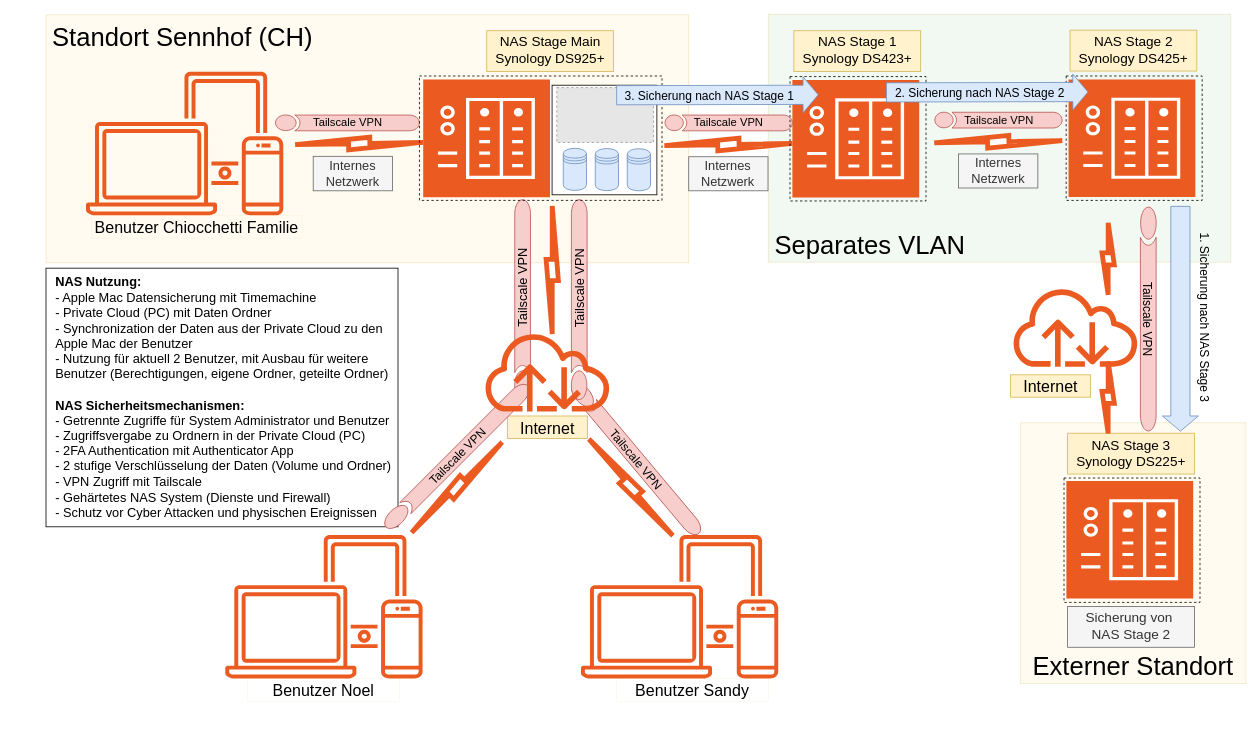
noelchiocchetti/SmarterTec keeps this draw.io diagram as Data Management Sennhof.drawio. Above is the earlier version. Source tidied: cells renumbered, new cells numbered last; positions are measured from the earlier drawing's top-left corner, leaving out a move shared by most shapes. Both pictures are drawn from the tidied source at 80%, with x=0, y=0 at pixel (46, 14). Pictures stored in the file or linked from it are replaced by grey dashed boxes.
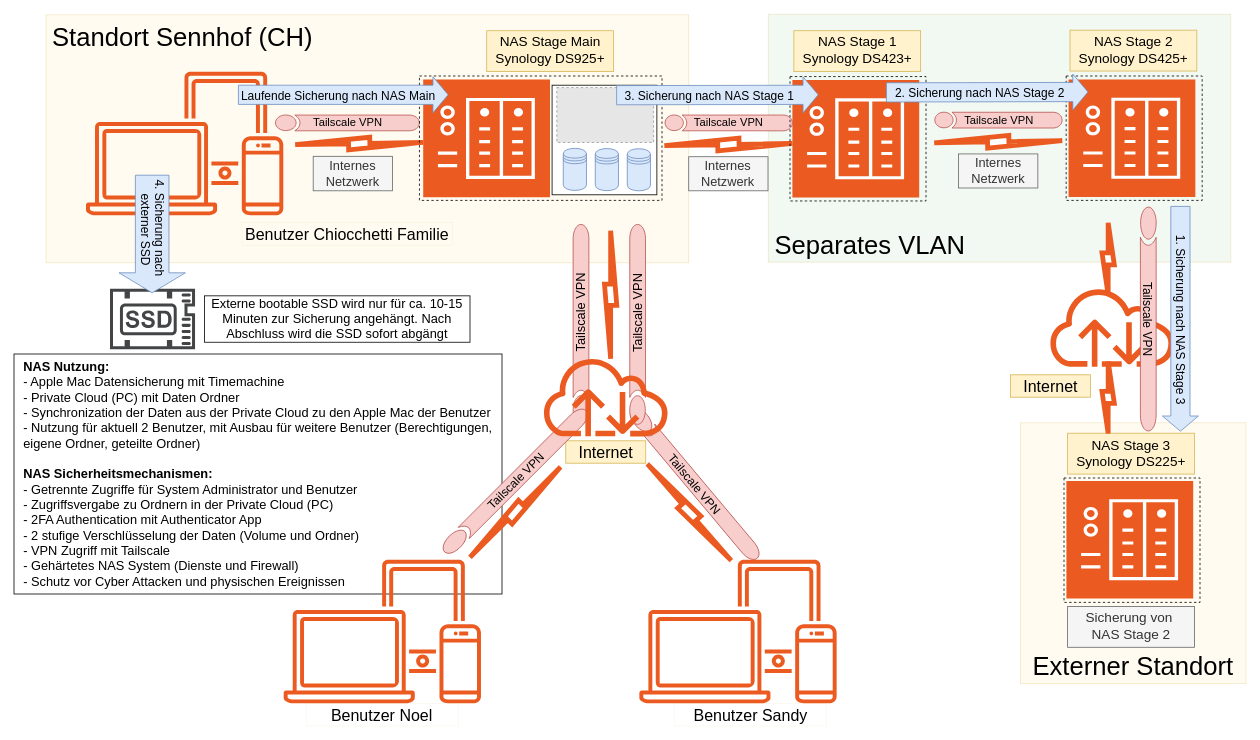
The same page after the edit.

Unchanged cells that the change refers to:
```xml
<mxCell id="40" style="shape=flexArrow;endArrow=classic;html=1;rounded=0;width=24;labelPosition=center;verticalLabelPosition=middle;align=right;verticalAlign=middle;fillColor=#dae8fc;strokeColor=#6c8ebf;" parent="1" edge="1">
  <mxGeometry relative="1" as="geometry">
    <mxPoint x="1418" y="240" as="sourcePoint" />
    <mxPoint x="1418" y="522" as="targetPoint" />
  </mxGeometry>
</mxCell>
```

The edit, as a diff of the source:
```diff
@@
+    <mxCell id="31" style="sketch=0;fontColor=#232F3E;gradientColor=none;fillColor=#EB5B21;strokeColor=none;dashed=0;verticalLabelPosition=bottom;verticalAlign=top;align=center;html=1;fontSize=12;fontStyle=0;shape=mxgraph.aws4.internet;" parent="1" vertex="1">
+      <mxGeometry x="1251.5" y="341" width="162.5" height="100" as="geometry" />
+    </mxCell>
+    <mxCell id="39" value="&lt;div&gt;&lt;div&gt;&lt;b&gt;NAS Nutzung:&lt;/b&gt;&lt;/div&gt;&lt;div&gt;- Apple Mac Datensicherung mit Timemachine&lt;/div&gt;&lt;div&gt;- Private Cloud (PC) mit Daten Ordner&lt;/div&gt;&lt;div&gt;- Synchronization der Daten aus der&amp;nbsp;Private Cloud&amp;nbsp;zu den Apple Mac der Benutzer&amp;nbsp;&lt;/div&gt;&lt;div&gt;- Nutzung für aktuell 2 Benutzer, mit Ausbau für weitere Benutzer (Berechtigungen, eigene Ordner, geteilte Ordner)&lt;/div&gt;&lt;br&gt;&lt;/div&gt;&lt;div&gt;&lt;b&gt;NAS Sicherheitsmechanismen:&lt;/b&gt;&lt;/div&gt;&lt;div&gt;- Getrennte Zugriffe für System Administrator und Benutzer&lt;/div&gt;&lt;div&gt;- Zugriffsvergabe zu Ordnern in der Private Cloud (PC)&lt;/div&gt;&lt;div&gt;- 2FA Authentication mit Authenticator App&lt;/div&gt;&lt;div&gt;- 2 stufige Verschlüsselung der Daten (Volume und Ordner)&lt;/div&gt;&lt;div&gt;- VPN Zugriff mit Tailscale&lt;/div&gt;&lt;div&gt;- Gehärtetes NAS System (Dienste und Firewall)&lt;/div&gt;&lt;div&gt;- Schutz vor Cyber Attacken und physischen Ereignissen&lt;/div&gt;" style="rounded=0;whiteSpace=wrap;html=1;fontSize=16;align=left;spacingLeft=10;spacingRight=2;" parent="1" vertex="1">
+      <mxGeometry x="-40" y="425" width="610" height="300" as="geometry" />
+    </mxCell>
@@
     <mxCell id="3" value="Tailscale VPN" style="sketch=0;shadow=0;dashed=0;html=1;strokeColor=#b85450;labelPosition=center;verticalLabelPosition=middle;verticalAlign=middle;align=center;fillColor=#f8cecc;shape=mxgraph.mscae.general.tunnel;rotation=50;fontSize=15;" parent="1" vertex="1">
-      <mxGeometry x="616" y="546" width="243.6" height="20" as="geometry" />
+      <mxGeometry x="689" y="577" width="243.6" height="20" as="geometry" />
     </mxCell>
@@
     <mxCell id="12" style="sketch=0;gradientColor=none;fontColor=#545B64;strokeColor=none;fillColor=#EB5B21;dashed=0;verticalLabelPosition=bottom;verticalAlign=top;align=center;html=1;fontSize=12;fontStyle=0;shape=mxgraph.aws4.illustration_devices;" parent="1" vertex="1">
-      <mxGeometry x="224.1" y="651" width="246.6" height="180" as="geometry" />
+      <mxGeometry x="297.1" y="682" width="246.6" height="180" as="geometry" />
     </mxCell>
     <mxCell id="13" style="html=1;verticalLabelPosition=bottom;align=center;labelBackgroundColor=#ffffff;verticalAlign=top;strokeWidth=6;strokeColor=#EB5B21;shadow=0;dashed=0;shape=mxgraph.ios7.icons.flash;rotation=90;" parent="1" vertex="1">
-      <mxGeometry x="552.8" y="312.3" width="160" height="15.4" as="geometry" />
+      <mxGeometry x="625.8" y="343.3" width="160" height="15.4" as="geometry" />
     </mxCell>
@@
     <mxCell id="16" style="html=1;verticalLabelPosition=bottom;align=center;labelBackgroundColor=#ffffff;verticalAlign=top;strokeWidth=6;strokeColor=#EB5B21;shadow=0;dashed=0;shape=mxgraph.ios7.icons.flash;rotation=-225;" parent="1" vertex="1">
-      <mxGeometry x="433.6" y="584" width="160" height="15.4" as="geometry" />
+      <mxGeometry x="506.6" y="615" width="160" height="15.4" as="geometry" />
     </mxCell>
     <mxCell id="17" style="sketch=0;gradientColor=none;fontColor=#545B64;strokeColor=none;fillColor=#EB5B21;dashed=0;verticalLabelPosition=bottom;verticalAlign=top;align=center;html=1;fontSize=12;fontStyle=0;shape=mxgraph.aws4.illustration_devices;" parent="1" vertex="1">
-      <mxGeometry x="668.7" y="651" width="246.6" height="180" as="geometry" />
+      <mxGeometry x="741.7" y="682" width="246.6" height="180" as="geometry" />
     </mxCell>
     <mxCell id="18" value="Benutzer Chiocchetti Familie" style="whiteSpace=wrap;html=1;fillColor=none;strokeColor=#d6b656;fontSize=20;strokeWidth=0;" parent="1" vertex="1">
-      <mxGeometry x="56.6" y="252" width="263.4" height="28" as="geometry" />
+      <mxGeometry x="245" y="261" width="263.4" height="28" as="geometry" />
     </mxCell>
     <mxCell id="19" value="Benutzer Noel" style="whiteSpace=wrap;html=1;fillColor=none;strokeColor=#d6b656;fontSize=20;strokeWidth=0;" parent="1" vertex="1">
-      <mxGeometry x="252.3" y="831" width="190" height="28" as="geometry" />
+      <mxGeometry x="325.3" y="862" width="190" height="28" as="geometry" />
     </mxCell>
     <mxCell id="20" value="Benutzer Sandy" style="whiteSpace=wrap;html=1;fillColor=none;strokeColor=#d6b656;fontSize=20;strokeWidth=0;" parent="1" vertex="1">
-      <mxGeometry x="712.8" y="831" width="190" height="28" as="geometry" />
+      <mxGeometry x="785.8" y="862" width="190" height="28" as="geometry" />
     </mxCell>
     <mxCell id="21" style="html=1;verticalLabelPosition=bottom;align=center;labelBackgroundColor=#ffffff;verticalAlign=top;strokeWidth=6;strokeColor=#EB5B21;shadow=0;dashed=0;shape=mxgraph.ios7.icons.flash;rotation=49;" parent="1" vertex="1">
-      <mxGeometry x="651.1" y="584" width="160" height="15.4" as="geometry" />
+      <mxGeometry x="724.1" y="615" width="160" height="15.4" as="geometry" />
     </mxCell>
     <mxCell id="22" value="Tailscale VPN" style="sketch=0;shadow=0;dashed=0;html=1;strokeColor=#b85450;labelPosition=center;verticalLabelPosition=middle;verticalAlign=middle;align=right;fillColor=#f8cecc;shape=mxgraph.mscae.general.tunnel;rotation=-90;fontSize=16;spacingLeft=0;spacingBottom=0;spacingRight=60;" parent="1" vertex="1">
-      <mxGeometry x="541.4" y="347" width="250" height="20" as="geometry" />
+      <mxGeometry x="614.4" y="378" width="250" height="20" as="geometry" />
     </mxCell>
@@
     <mxCell id="25" value="Tailscale VPN" style="sketch=0;shadow=0;dashed=0;html=1;strokeColor=#b85450;labelPosition=center;verticalLabelPosition=middle;verticalAlign=middle;align=right;fillColor=#f8cecc;shape=mxgraph.mscae.general.tunnel;rotation=-90;fontSize=16;spacingRight=60;" parent="1" vertex="1">
-      <mxGeometry x="470.6" y="347" width="250" height="20" as="geometry" />
+      <mxGeometry x="543.6" y="378" width="250" height="20" as="geometry" />
     </mxCell>
@@
-    <mxCell id="31" style="sketch=0;fontColor=#232F3E;gradientColor=none;fillColor=#EB5B21;strokeColor=none;dashed=0;verticalLabelPosition=bottom;verticalAlign=top;align=center;html=1;fontSize=12;fontStyle=0;shape=mxgraph.aws4.internet;" parent="1" vertex="1">
-      <mxGeometry x="1205.5" y="341" width="162.5" height="100" as="geometry" />
-    </mxCell>
@@
     <mxCell id="35" value="Internet" style="whiteSpace=wrap;html=1;fillColor=#fff2cc;strokeColor=#d6b656;fontSize=20;" parent="1" vertex="1">
-      <mxGeometry x="576.7" y="502.5" width="100" height="28" as="geometry" />
+      <mxGeometry x="649.7" y="533.5" width="100" height="28" as="geometry" />
     </mxCell>
@@
-    <mxCell id="39" value="&lt;div&gt;&lt;div&gt;&lt;b&gt;NAS Nutzung:&lt;/b&gt;&lt;/div&gt;&lt;div&gt;- Apple Mac Datensicherung mit Timemachine&lt;/div&gt;&lt;div&gt;- Private Cloud (PC) mit Daten Ordner&lt;/div&gt;&lt;div&gt;- Synchronization der Daten aus der&amp;nbsp;Private Cloud&amp;nbsp;zu den Apple Mac der Benutzer&amp;nbsp;&lt;/div&gt;&lt;div&gt;- Nutzung für aktuell 2 Benutzer, mit Ausbau für weitere Benutzer (Berechtigungen, eigene Ordner, geteilte Ordner)&lt;/div&gt;&lt;br&gt;&lt;/div&gt;&lt;div&gt;&lt;b&gt;NAS Sicherheitsmechanismen:&lt;/b&gt;&lt;/div&gt;&lt;div&gt;- Getrennte Zugriffe für System Administrator und Benutzer&lt;/div&gt;&lt;div&gt;- Zugriffsvergabe zu Ordnern in der Private Cloud (PC)&lt;/div&gt;&lt;div&gt;- 2FA Authentication mit Authenticator App&lt;/div&gt;&lt;div&gt;- 2 stufige Verschlüsselung der Daten (Volume und Ordner)&lt;/div&gt;&lt;div&gt;- VPN Zugriff mit Tailscale&lt;/div&gt;&lt;div&gt;- Gehärtetes NAS System (Dienste und Firewall)&lt;/div&gt;&lt;div&gt;- Schutz vor Cyber Attacken und physischen Ereignissen&lt;/div&gt;" style="rounded=0;whiteSpace=wrap;html=1;fontSize=16;align=left;spacingLeft=10;spacingRight=2;" parent="1" vertex="1">
-      <mxGeometry y="317.7" width="440" height="323.3" as="geometry" />
-    </mxCell>
@@
     <mxCell id="41" value="1. Sicherung nach NAS Stage 3" style="edgeLabel;html=1;align=center;verticalAlign=middle;fontSize=15;labelBackgroundColor=none;rotation=90;" parent="40" vertex="1">
       <mxGeometry x="-0.42" y="-1" relative="1" as="geometry">
-        <mxPoint x="33" y="56" as="offset" />
+        <mxPoint x="3" y="59" as="offset" />
       </mxGeometry>
     </mxCell>
     <mxCell id="42" value="Tailscale VPN" style="sketch=0;shadow=0;dashed=0;html=1;strokeColor=#b85450;labelPosition=center;verticalLabelPosition=middle;verticalAlign=middle;align=center;fillColor=#f8cecc;shape=mxgraph.mscae.general.tunnel;rotation=-45;fontSize=15;" parent="1" vertex="1">
-      <mxGeometry x="388.6" y="543" width="250" height="20" as="geometry" />
+      <mxGeometry x="461.6" y="574" width="250" height="20" as="geometry" />
     </mxCell>
     <mxCell id="43" style="sketch=0;fontColor=#232F3E;gradientColor=none;fillColor=#EB5B21;strokeColor=none;dashed=0;verticalLabelPosition=bottom;verticalAlign=top;align=center;html=1;fontSize=12;fontStyle=0;shape=mxgraph.aws4.internet;" parent="1" vertex="1">
-      <mxGeometry x="545.4" y="397" width="162.5" height="100" as="geometry" />
+      <mxGeometry x="618.4" y="428" width="162.5" height="100" as="geometry" />
     </mxCell>
@@
+    <mxCell id="60" style="sketch=0;shadow=0;dashed=0;html=1;strokeColor=none;fillColor=#434445;labelPosition=center;verticalLabelPosition=bottom;verticalAlign=top;align=center;shape=mxgraph.vvd.ssd;" parent="1" vertex="1">
+      <mxGeometry x="80" y="343.5" width="106.3" height="75.5" as="geometry" />
+    </mxCell>
+    <mxCell id="61" style="shape=flexArrow;endArrow=classic;html=1;rounded=0;width=42;labelPosition=center;verticalLabelPosition=middle;align=right;verticalAlign=middle;fillColor=#dae8fc;strokeColor=#6c8ebf;endWidth=40;endSize=8;" parent="1" edge="1">
+      <mxGeometry relative="1" as="geometry">
+        <mxPoint x="132.7" y="201" as="sourcePoint" />
+        <mxPoint x="132.7" y="349" as="targetPoint" />
+      </mxGeometry>
+    </mxCell>
+    <mxCell id="62" value="4. Sicherung nach&amp;nbsp;&lt;br&gt;externer SSD" style="edgeLabel;html=1;align=center;verticalAlign=middle;fontSize=15;labelBackgroundColor=none;rotation=90;" parent="61" vertex="1">
+      <mxGeometry x="-0.42" y="-1" relative="1" as="geometry">
+        <mxPoint x="3" y="25" as="offset" />
+      </mxGeometry>
+    </mxCell>
+    <mxCell id="63" value="Externe bootable SSD wird nur für ca. 10-15 Minuten zur Sicherung angehängt. Nach Abschluss wird die SSD sofort abgängt" style="whiteSpace=wrap;html=1;fontSize=16;" parent="1" vertex="1">
+      <mxGeometry x="198.1" y="352.3" width="331.9" height="58" as="geometry" />
+    </mxCell>
+    <mxCell id="64" style="shape=flexArrow;endArrow=classic;html=1;rounded=0;width=24;labelPosition=center;verticalLabelPosition=middle;align=right;verticalAlign=middle;fillColor=#dae8fc;strokeColor=#6c8ebf;" parent="1" edge="1">
+      <mxGeometry relative="1" as="geometry">
+        <mxPoint x="240" y="101" as="sourcePoint" />
+        <mxPoint x="503.2" y="101" as="targetPoint" />
+      </mxGeometry>
+    </mxCell>
+    <mxCell id="65" value="Laufende Sicherung nach NAS Main" style="edgeLabel;html=1;align=center;verticalAlign=middle;fontSize=15;labelBackgroundColor=none;rotation=0;" parent="64" vertex="1">
+      <mxGeometry x="-0.42" y="-1" relative="1" as="geometry">
+        <mxPoint x="48" y="-1" as="offset" />
+      </mxGeometry>
+    </mxCell>
```
